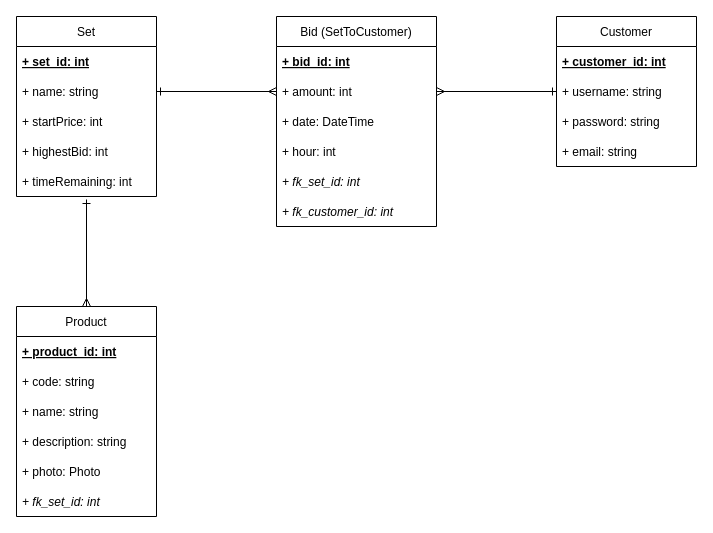
The draw.io diagram page "UML" (3 of 3) of Philipp/03_auctionhouse.drawio in mastapetz/BE16-DBDev-DAY1-Peter-Philipp, before the edit. Source tidied: cells renumbered, new cells numbered last; positions are measured from the earlier drawing's top-left corner, leaving out a move shared by most shapes. Both pictures are drawn from the tidied source at 100%, with x=0, y=0 at pixel (16, 16).
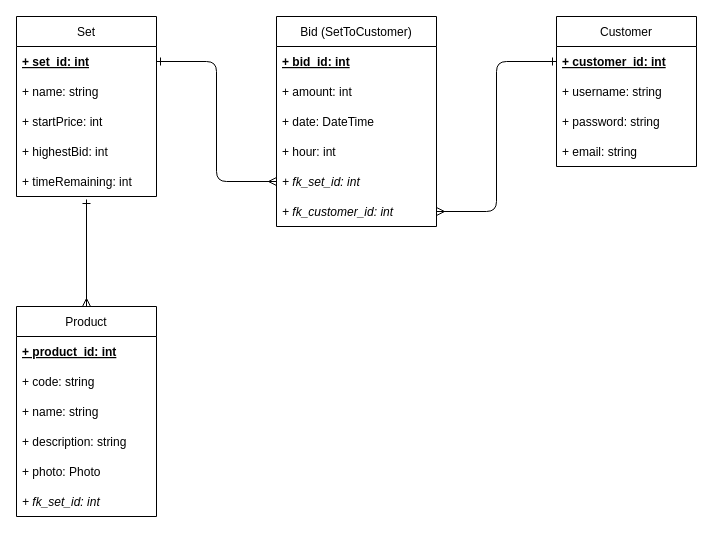
Above is the later version.

Unchanged cells that the change refers to:
```xml
<mxCell id="3" value="Customer" style="swimlane;fontStyle=0;horizontal=1;startSize=30;" parent="1" vertex="1">
  <mxGeometry x="540" width="140" height="150" as="geometry" />
</mxCell>
<mxCell id="4" value="+ customer_id: int" style="text;strokeColor=none;fillColor=none;align=left;verticalAlign=middle;spacingLeft=4;spacingRight=4;overflow=hidden;points=[[0,0.5],[1,0.5]];portConstraint=eastwest;fontStyle=5;" parent="3" vertex="1">
  <mxGeometry y="30" width="140" height="30" as="geometry" />
</mxCell>
<mxCell id="18" value="+ amount: int" style="text;strokeColor=none;fillColor=none;align=left;verticalAlign=middle;spacingLeft=4;spacingRight=4;overflow=hidden;points=[[0,0.5],[1,0.5]];portConstraint=eastwest;" parent="16" vertex="1">
  <mxGeometry y="60" width="160" height="30" as="geometry" />
</mxCell>
<mxCell id="21" value="+ fk_set_id: int" style="text;strokeColor=none;fillColor=none;align=left;verticalAlign=middle;spacingLeft=4;spacingRight=4;overflow=hidden;points=[[0,0.5],[1,0.5]];portConstraint=eastwest;fontStyle=2;" parent="16" vertex="1">
  <mxGeometry y="150" width="160" height="30" as="geometry" />
</mxCell>
<mxCell id="22" value="+ fk_customer_id: int" style="text;strokeColor=none;fillColor=none;align=left;verticalAlign=middle;spacingLeft=4;spacingRight=4;overflow=hidden;points=[[0,0.5],[1,0.5]];portConstraint=eastwest;fontStyle=2;" parent="16" vertex="1">
  <mxGeometry y="180" width="160" height="30" as="geometry" />
</mxCell>
<mxCell id="24" value="+ set_id: int" style="text;strokeColor=none;fillColor=none;align=left;verticalAlign=middle;spacingLeft=4;spacingRight=4;overflow=hidden;points=[[0,0.5],[1,0.5]];portConstraint=eastwest;fontStyle=5;" parent="23" vertex="1">
  <mxGeometry y="30" width="140" height="30" as="geometry" />
</mxCell>
<mxCell id="25" value="+ name: string" style="text;strokeColor=none;fillColor=none;align=left;verticalAlign=middle;spacingLeft=4;spacingRight=4;overflow=hidden;points=[[0,0.5],[1,0.5]];portConstraint=eastwest;" parent="23" vertex="1">
  <mxGeometry y="60" width="140" height="30" as="geometry" />
</mxCell>
```

What changed in the source:
```diff
@@
-    <mxCell id="2" style="edgeStyle=none;html=1;endArrow=ERmany;endFill=0;startArrow=ERone;startFill=0;" parent="1" edge="1" source="3" target="18">
+    <mxCell id="2" style="edgeStyle=orthogonalEdgeStyle;html=1;endArrow=ERmany;endFill=0;startArrow=ERone;startFill=0;exitX=0;exitY=0.5;exitDx=0;exitDy=0;entryX=1;entryY=0.5;entryDx=0;entryDy=0;" parent="1" edge="1" source="4" target="22">
       <mxGeometry relative="1" as="geometry" />
     </mxCell>
@@
-    <mxCell id="29" style="edgeStyle=none;html=1;entryX=0;entryY=0.5;entryDx=0;entryDy=0;startArrow=ERone;startFill=0;endArrow=ERmany;endFill=0;" parent="1" edge="1" source="25" target="18">
+    <mxCell id="29" style="edgeStyle=orthogonalEdgeStyle;html=1;entryX=0;entryY=0.5;entryDx=0;entryDy=0;startArrow=ERone;startFill=0;endArrow=ERmany;endFill=0;exitX=1;exitY=0.5;exitDx=0;exitDy=0;" parent="1" edge="1" source="24" target="21">
       <mxGeometry relative="1" as="geometry" />
     </mxCell>
```
